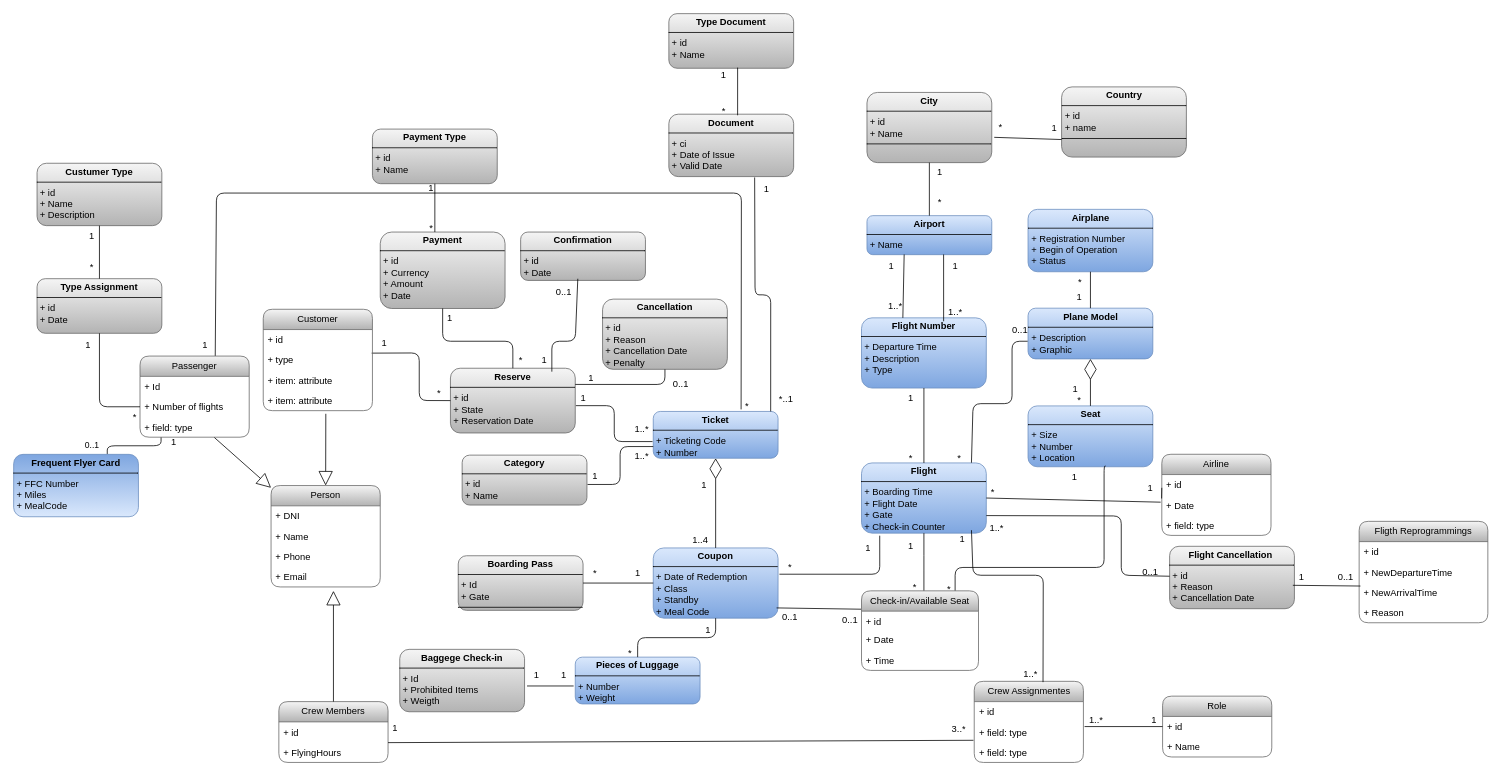
The draw.io diagram Script oficial/Diagram oficial.drawio in MetaDandy/Soporte-para-la-toma-de-decisiones, before the edit. Source tidied: cells renumbered, new cells numbered last; positions are measured from the earlier drawing's top-left corner, leaving out a move shared by most shapes. Both pictures are drawn from the tidied source at 78%, with x=0, y=0 at pixel (13, 13).
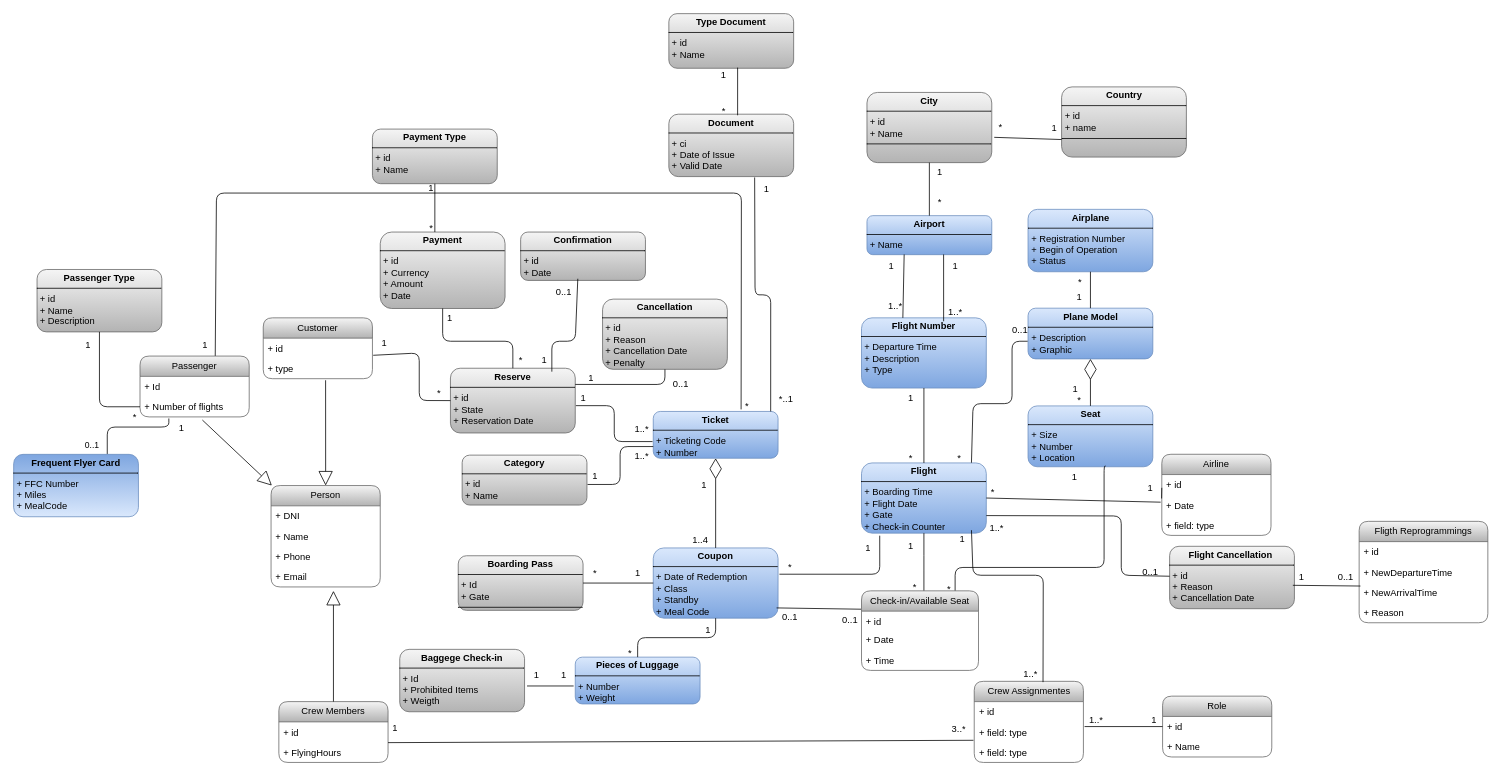
After the change.

Unchanged cells that the change refers to:
```xml
<mxCell id="61" value="&lt;p style=&quot;margin:0px;margin-top:4px;text-align:center;&quot;&gt;&lt;b&gt;Reserve&lt;/b&gt;&lt;/p&gt;&lt;hr size=&quot;1&quot; style=&quot;border-style:solid;&quot;&gt;&lt;p style=&quot;margin:0px;margin-left:4px;&quot;&gt;+ id&amp;nbsp;&lt;/p&gt;&lt;p style=&quot;margin:0px;margin-left:4px;&quot;&gt;+ State&lt;/p&gt;&lt;p style=&quot;margin:0px;margin-left:4px;&quot;&gt;+ Reservation Date&lt;/p&gt;&lt;p style=&quot;margin:0px;margin-left:4px;&quot;&gt;&lt;br&gt;&lt;/p&gt;&lt;p style=&quot;margin:0px;margin-left:4px;&quot;&gt;&lt;br&gt;&lt;/p&gt;" style="verticalAlign=top;align=left;overflow=fill;html=1;whiteSpace=wrap;fillColor=#f5f5f5;rounded=1;gradientColor=#b3b3b3;strokeColor=#666666;" parent="1" vertex="1">
  <mxGeometry x="560" y="454.6" width="160" height="83" as="geometry" />
</mxCell>
<mxCell id="95" value="&lt;p style=&quot;margin:0px;margin-top:4px;text-align:center;&quot;&gt;&lt;b&gt;Frequent Flyer Card&lt;/b&gt;&lt;/p&gt;&lt;hr size=&quot;1&quot; style=&quot;border-style:solid;&quot;&gt;&lt;p style=&quot;margin:0px;margin-left:4px;&quot;&gt;+ FFC Number&lt;/p&gt;&lt;p style=&quot;margin:0px;margin-left:4px;&quot;&gt;+ Miles&amp;nbsp;&lt;/p&gt;&lt;p style=&quot;margin:0px;margin-left:4px;&quot;&gt;+ MealCode&lt;/p&gt;&lt;hr size=&quot;1&quot; style=&quot;border-style:solid;&quot;&gt;&lt;p style=&quot;margin:0px;margin-left:4px;&quot;&gt;&lt;br&gt;&lt;/p&gt;" style="verticalAlign=top;align=left;overflow=fill;html=1;whiteSpace=wrap;gradientDirection=north;rounded=1;fillColor=#dae8fc;strokeColor=#6c8ebf;gradientColor=#7ea6e0;" parent="1" vertex="1">
  <mxGeometry y="565" width="160" height="80" as="geometry" />
</mxCell>
<mxCell id="135" value="Person" style="swimlane;fontStyle=0;horizontal=1;startSize=26;fillColor=#f5f5f5;whiteSpace=wrap;html=1;strokeColor=#666666;rounded=1;gradientColor=#b3b3b3;" parent="1" vertex="1">
  <mxGeometry x="330" y="605" width="140" height="130" as="geometry" />
</mxCell>
<mxCell id="146" value="+ Number of flights" style="text;strokeColor=none;fillColor=none;align=left;verticalAlign=top;spacingLeft=4;spacingRight=4;overflow=hidden;points=[[0,0.5],[1,0.5]];portConstraint=eastwest;whiteSpace=wrap;html=1;rounded=1;" parent="144" vertex="1">
  <mxGeometry y="52" width="140" height="26" as="geometry" />
</mxCell>
<mxCell id="160" value="+ id" style="text;strokeColor=none;fillColor=none;align=left;verticalAlign=top;spacingLeft=4;spacingRight=4;overflow=hidden;points=[[0,0.5],[1,0.5]];portConstraint=eastwest;whiteSpace=wrap;html=1;rounded=1;" parent="159" vertex="1">
  <mxGeometry y="26" width="140" height="26" as="geometry" />
</mxCell>
<mxCell id="161" value="+ type" style="text;strokeColor=none;fillColor=none;align=left;verticalAlign=top;spacingLeft=4;spacingRight=4;overflow=hidden;points=[[0,0.5],[1,0.5]];portConstraint=eastwest;whiteSpace=wrap;html=1;rounded=1;" parent="159" vertex="1">
  <mxGeometry y="52" width="140" height="26" as="geometry" />
</mxCell>
```

Change to the diagram source:
```diff
@@
-    <mxCell id="9" style="endArrow=none;html=1;edgeStyle=orthogonalEdgeStyle;rounded=1;exitX=0.193;exitY=1;exitDx=0;exitDy=0;entryX=0.75;entryY=0;entryDx=0;entryDy=0;exitPerimeter=0;" parent="1" edge="1" source="147" target="95">
-      <mxGeometry relative="1" as="geometry" />
+    <mxCell id="9" style="endArrow=none;html=1;edgeStyle=orthogonalEdgeStyle;rounded=1;exitX=0.264;exitY=1.077;exitDx=0;exitDy=0;entryX=0.75;entryY=0;entryDx=0;entryDy=0;exitPerimeter=0;" parent="1" edge="1" source="146" target="95">
+      <mxGeometry relative="1" as="geometry">
+        <Array as="points">
+          <mxPoint x="199" y="530" />
+          <mxPoint x="120" y="530" />
+        </Array>
+      </mxGeometry>
     </mxCell>
@@
-    <mxCell id="79" value="&lt;p style=&quot;margin:0px;margin-top:4px;text-align:center;&quot;&gt;&lt;b&gt;Type Assignment&lt;/b&gt;&lt;/p&gt;&lt;hr size=&quot;1&quot; style=&quot;border-style:solid;&quot;&gt;&lt;p style=&quot;margin:0px;margin-left:4px;&quot;&gt;+ id&amp;nbsp;&lt;/p&gt;&lt;p style=&quot;margin:0px;margin-left:4px;&quot;&gt;+ Date&lt;/p&gt;&lt;p style=&quot;margin:0px;margin-left:4px;&quot;&gt;&lt;br&gt;&lt;/p&gt;" style="verticalAlign=top;align=left;overflow=fill;html=1;whiteSpace=wrap;fillColor=#f5f5f5;rounded=1;gradientColor=#b3b3b3;strokeColor=#666666;" parent="1" vertex="1">
-      <mxGeometry x="30" y="339.8" width="160" height="70" as="geometry" />
-    </mxCell>
@@
-    <mxCell id="81" value="&lt;p style=&quot;margin:0px;margin-top:4px;text-align:center;&quot;&gt;&lt;b style=&quot;background-color: initial;&quot;&gt;Custumer Type&lt;/b&gt;&lt;/p&gt;&lt;hr size=&quot;1&quot; style=&quot;border-style:solid;&quot;&gt;&lt;p style=&quot;margin:0px;margin-left:4px;&quot;&gt;+ id&amp;nbsp;&lt;/p&gt;&lt;p style=&quot;margin:0px;margin-left:4px;&quot;&gt;+ Name&amp;nbsp;&lt;/p&gt;&lt;p style=&quot;margin:0px;margin-left:4px;&quot;&gt;+ Description&lt;/p&gt;" style="verticalAlign=top;align=left;overflow=fill;html=1;whiteSpace=wrap;fillColor=#f5f5f5;rounded=1;gradientColor=#b3b3b3;strokeColor=#666666;" parent="1" vertex="1">
-      <mxGeometry x="30" y="191.8" width="160" height="80" as="geometry" />
+    <mxCell id="81" value="&lt;p style=&quot;margin:0px;margin-top:4px;text-align:center;&quot;&gt;&lt;b style=&quot;background-color: initial;&quot;&gt;Passenger Type&lt;/b&gt;&lt;/p&gt;&lt;hr size=&quot;1&quot; style=&quot;border-style:solid;&quot;&gt;&lt;p style=&quot;margin:0px;margin-left:4px;&quot;&gt;+ id&amp;nbsp;&lt;/p&gt;&lt;p style=&quot;margin:0px;margin-left:4px;&quot;&gt;+ Name&amp;nbsp;&lt;/p&gt;&lt;p style=&quot;margin:0px;margin-left:4px;&quot;&gt;+ Description&lt;/p&gt;" style="verticalAlign=top;align=left;overflow=fill;html=1;whiteSpace=wrap;fillColor=#f5f5f5;rounded=1;gradientColor=#b3b3b3;strokeColor=#666666;" parent="1" vertex="1">
+      <mxGeometry x="30" y="328" width="160" height="80" as="geometry" />
     </mxCell>
-    <mxCell id="82" style="endArrow=none;html=1;edgeStyle=orthogonalEdgeStyle;rounded=1;exitX=0.5;exitY=0;exitDx=0;exitDy=0;entryX=0.5;entryY=1;entryDx=0;entryDy=0;" parent="1" edge="1" source="79" target="81">
-      <mxGeometry relative="1" as="geometry" />
-    </mxCell>
-    <mxCell id="83" value="*" style="text;html=1;align=center;verticalAlign=middle;strokeColor=none;fillColor=none;rounded=1;" parent="1" vertex="1">
-      <mxGeometry x="85" y="309.8" width="30" height="30" as="geometry" />
-    </mxCell>
-    <mxCell id="84" value="1" style="text;html=1;align=center;verticalAlign=middle;strokeColor=none;fillColor=none;rounded=1;" parent="1" vertex="1">
-      <mxGeometry x="85" y="269.8" width="30" height="30" as="geometry" />
-    </mxCell>
@@
     <mxCell id="144" value="Passenger" style="swimlane;fontStyle=0;horizontal=1;startSize=26;fillColor=#f5f5f5;whiteSpace=wrap;html=1;strokeColor=#666666;gradientColor=#b3b3b3;rounded=1;" parent="1" vertex="1">
-      <mxGeometry x="162" y="439" width="140" height="104" as="geometry" />
+      <mxGeometry x="162" y="439" width="140" height="78" as="geometry" />
     </mxCell>
@@
-    <mxCell id="147" value="+ field: type" style="text;strokeColor=none;fillColor=none;align=left;verticalAlign=top;spacingLeft=4;spacingRight=4;overflow=hidden;points=[[0,0.5],[1,0.5]];portConstraint=eastwest;whiteSpace=wrap;html=1;rounded=1;" parent="144" vertex="1">
-      <mxGeometry y="78" width="140" height="26" as="geometry" />
-    </mxCell>
-    <mxCell id="148" style="endArrow=none;html=1;rounded=1;entryX=0;entryY=0.5;entryDx=0;entryDy=0;exitX=0.993;exitY=0.163;exitDx=0;exitDy=0;exitPerimeter=0;" parent="1" edge="1" source="161" target="61">
+    <mxCell id="148" style="endArrow=none;html=1;rounded=1;entryX=0;entryY=0.5;entryDx=0;entryDy=0;exitX=1.007;exitY=0.846;exitDx=0;exitDy=0;exitPerimeter=0;" parent="1" edge="1" source="160" target="61">
       <mxGeometry relative="1" as="geometry">
         <Array as="points">
           <mxPoint x="520" y="435" />
           <mxPoint x="520" y="496" />
         </Array>
       </mxGeometry>
     </mxCell>
@@
-    <mxCell id="150" style="endArrow=none;html=1;rounded=1;entryX=0;entryY=0.5;entryDx=0;entryDy=0;" parent="1" edge="1" source="79" target="146">
+    <mxCell id="150" style="endArrow=none;html=1;rounded=1;entryX=0;entryY=0.5;entryDx=0;entryDy=0;exitX=0.5;exitY=1;exitDx=0;exitDy=0;" parent="1" edge="1" source="81" target="146">
       <mxGeometry relative="1" as="geometry">
         <Array as="points">
           <mxPoint x="110" y="504" />
         </Array>
       </mxGeometry>
     </mxCell>
@@
     <mxCell id="153" value="1" style="text;html=1;align=center;verticalAlign=middle;strokeColor=none;fillColor=none;rounded=1;" parent="1" vertex="1">
-      <mxGeometry x="190" y="535" width="30" height="30" as="geometry" />
+      <mxGeometry x="200" y="517" width="30" height="30" as="geometry" />
     </mxCell>
@@
     <mxCell id="159" value="Customer" style="swimlane;fontStyle=0;horizontal=1;startSize=26;fillColor=#f5f5f5;whiteSpace=wrap;html=1;rounded=1;gradientColor=#b3b3b3;strokeColor=#666666;" parent="1" vertex="1">
-      <mxGeometry x="320" y="379" width="140" height="130" as="geometry" />
+      <mxGeometry x="320" y="390" width="140" height="78" as="geometry" />
     </mxCell>
@@
-    <mxCell id="162" value="+ item: attribute" style="text;strokeColor=none;fillColor=none;align=left;verticalAlign=top;spacingLeft=4;spacingRight=4;overflow=hidden;whiteSpace=wrap;html=1;rounded=1;" parent="159" vertex="1">
-      <mxGeometry y="78" width="140" height="26" as="geometry" />
-    </mxCell>
-    <mxCell id="163" value="+ item: attribute" style="text;strokeColor=none;fillColor=none;align=left;verticalAlign=top;spacingLeft=4;spacingRight=4;overflow=hidden;points=[[0,0.5],[1,0.5]];portConstraint=eastwest;whiteSpace=wrap;html=1;rounded=1;" parent="159" vertex="1">
-      <mxGeometry y="104" width="140" height="26" as="geometry" />
-    </mxCell>
-    <mxCell id="164" style="endArrow=block;endSize=16;endFill=0;html=1;rounded=1;exitX=0.681;exitY=1.016;exitDx=0;exitDy=0;exitPerimeter=0;" parent="1" edge="1" source="147" target="135">
+    <mxCell id="164" style="endArrow=block;endSize=16;endFill=0;html=1;rounded=1;exitX=0.571;exitY=1.154;exitDx=0;exitDy=0;exitPerimeter=0;" parent="1" edge="1" source="146" target="135">
       <mxGeometry x="-0.23" y="-41" relative="1" as="geometry" />
     </mxCell>
@@
-    <mxCell id="166" style="endArrow=block;endSize=16;endFill=0;html=1;rounded=1;entryX=0.5;entryY=0;entryDx=0;entryDy=0;exitX=0.573;exitY=1.154;exitDx=0;exitDy=0;exitPerimeter=0;" parent="1" edge="1" source="163" target="135">
+    <mxCell id="166" style="endArrow=block;endSize=16;endFill=0;html=1;rounded=1;entryX=0.5;entryY=0;entryDx=0;entryDy=0;exitX=0.571;exitY=1.077;exitDx=0;exitDy=0;exitPerimeter=0;" parent="1" edge="1" source="161" target="135">
       <mxGeometry x="0.11" y="35" relative="1" as="geometry" />
     </mxCell>
```
